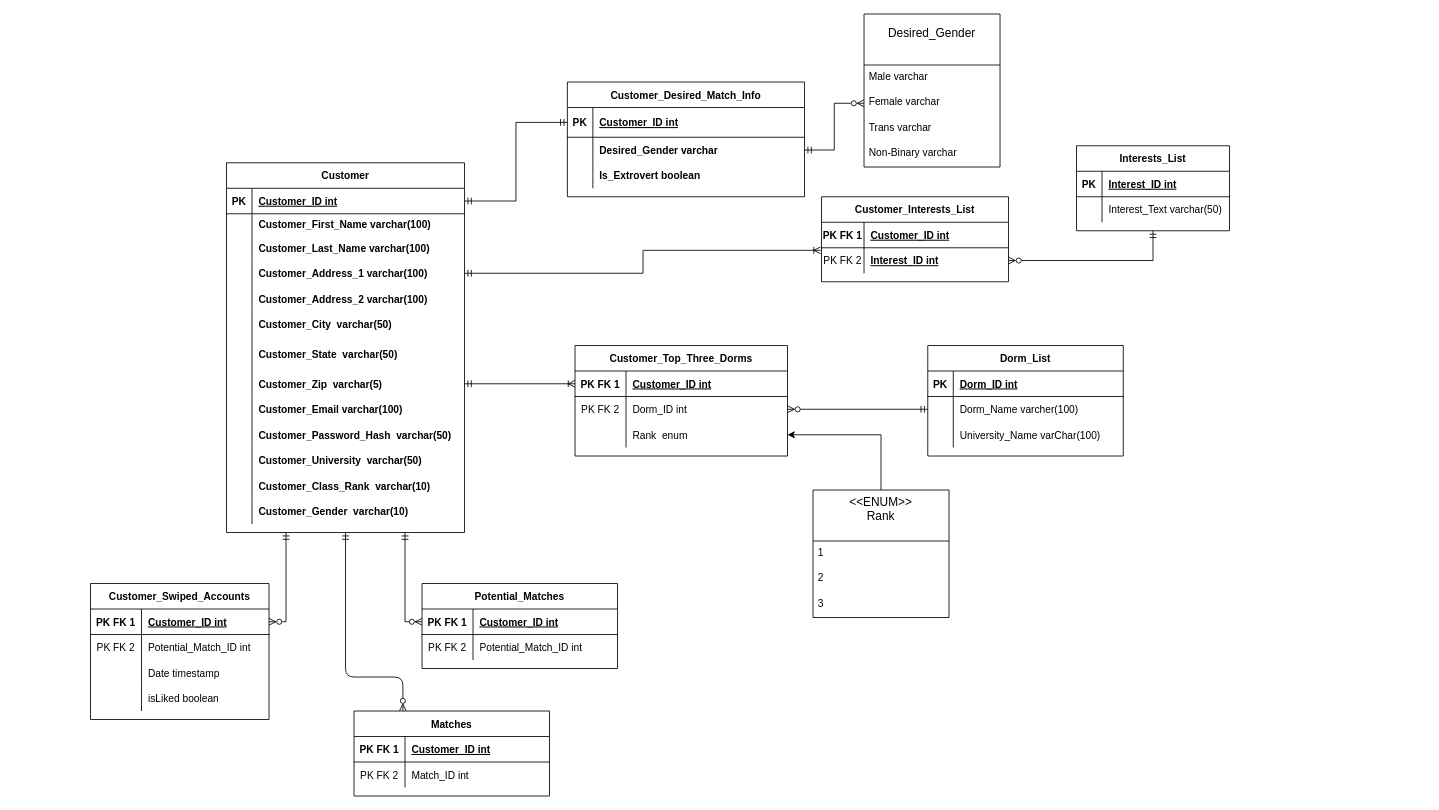
This is Planning docs/AccountDatabaseDiagram.drawio from zhowez/ecomerce, a draw.io file, before an edit. Source tidied: cells renumbered, new cells numbered last; positions are measured from the earlier drawing's top-left corner, leaving out a move shared by most shapes. Both pictures are drawn from the tidied source at 85%, with x=0, y=0 at pixel (90, 14).
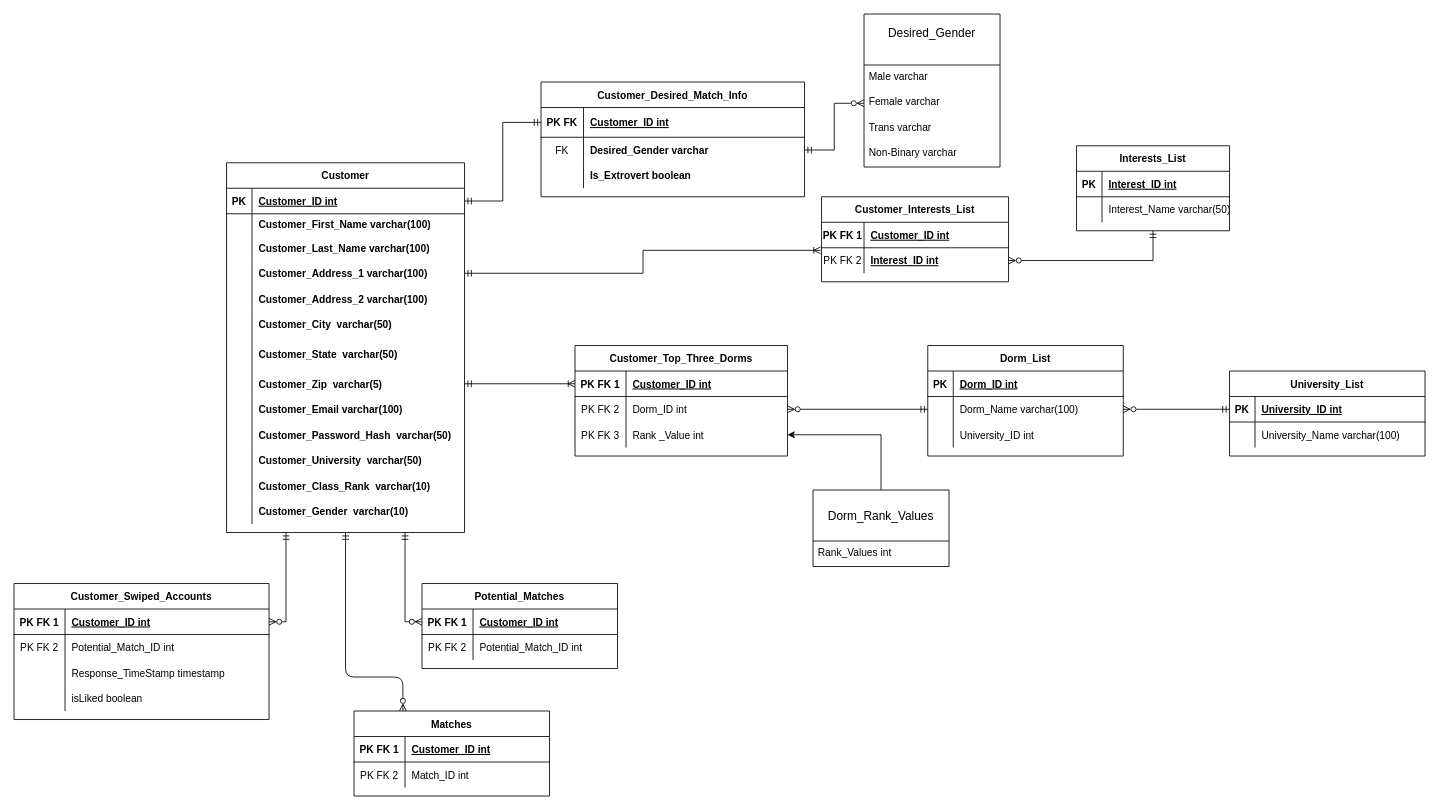
The same page after the edit.

Commit message (it also covers changes not shown here):
Added all tables needed and updated diagram accodingly

Unchanged cells that the change refers to:
```xml
<mxCell id="81" style="shape=tableRow;horizontal=0;startSize=0;swimlaneHead=0;swimlaneBody=0;fillColor=none;points=[[0,0.5],[1,0.5]];portConstraint=eastwest;top=0;left=0;right=0;bottom=0;" parent="74" vertex="1">
  <mxGeometry y="90" width="250" height="30" as="geometry" />
</mxCell>
<mxCell id="88" style="shape=tableRow;horizontal=0;startSize=0;swimlaneHead=0;swimlaneBody=0;fillColor=none;points=[[0,0.5],[1,0.5]];portConstraint=eastwest;top=0;left=0;right=0;bottom=0;" parent="84" vertex="1">
  <mxGeometry y="60" width="230" height="30" as="geometry" />
</mxCell>
<mxCell id="91" style="shape=tableRow;horizontal=0;startSize=0;swimlaneHead=0;swimlaneBody=0;fillColor=none;top=0;left=0;right=0;bottom=0;" parent="84" vertex="1">
  <mxGeometry y="90" width="230" height="30" as="geometry" />
</mxCell>
<mxCell id="98" style="shape=tableRow;horizontal=0;startSize=0;swimlaneHead=0;swimlaneBody=0;fillColor=none;top=0;left=0;right=0;bottom=0;" parent="94" vertex="1">
  <mxGeometry y="60" width="180" height="30" as="geometry" />
</mxCell>
```

Change to the diagram source:
```diff
@@
     <mxCell id="44" value="Customer_Desired_Match_Info" style="shape=table;startSize=30;childLayout=tableLayout;rowLines=0;fontStyle=1;align=center;" parent="1" vertex="1">
-      <mxGeometry x="561" y="80" width="279" height="135" as="geometry" />
+      <mxGeometry x="530" y="80" width="310" height="135" as="geometry" />
     </mxCell>
     <mxCell id="45" style="shape=tableRow;horizontal=0;startSize=0;swimlaneHead=0;swimlaneBody=0;fillColor=none;points=[[0,0.5],[1,0.5]];portConstraint=eastwest;top=0;left=0;right=0;bottom=1;" parent="44" vertex="1">
-      <mxGeometry y="30" width="279" height="35" as="geometry" />
+      <mxGeometry y="30" width="310" height="35" as="geometry" />
     </mxCell>
-    <mxCell id="46" value="PK" style="shape=partialRectangle;fillColor=none;top=0;left=0;bottom=0;right=0;fontStyle=1;overflow=hidden;" parent="45" vertex="1">
-      <mxGeometry width="30" height="35" as="geometry" />
+    <mxCell id="46" value="PK FK" style="shape=partialRectangle;fillColor=none;top=0;left=0;bottom=0;right=0;fontStyle=1;overflow=hidden;" parent="45" vertex="1">
+      <mxGeometry width="50" height="35" as="geometry" />
     </mxCell>
     <mxCell id="47" value="Customer_ID int" style="shape=partialRectangle;fillColor=none;top=0;left=0;bottom=0;right=0;align=left;spacingLeft=6;fontStyle=5;overflow=hidden;" parent="45" vertex="1">
-      <mxGeometry x="30" width="249" height="35" as="geometry" />
+      <mxGeometry x="50" width="260" height="35" as="geometry" />
     </mxCell>
     <mxCell id="48" style="shape=tableRow;horizontal=0;startSize=0;swimlaneHead=0;swimlaneBody=0;fillColor=none;points=[[0,0.5],[1,0.5]];portConstraint=eastwest;top=0;left=0;right=0;bottom=0;" parent="44" vertex="1">
-      <mxGeometry y="65" width="279" height="30" as="geometry" />
+      <mxGeometry y="65" width="310" height="30" as="geometry" />
     </mxCell>
-    <mxCell id="49" style="shape=partialRectangle;fillColor=none;top=0;left=0;bottom=0;right=0;overflow=hidden;" parent="48" vertex="1">
-      <mxGeometry width="30" height="30" as="geometry" />
+    <mxCell id="49" value="FK" style="shape=partialRectangle;fillColor=none;top=0;left=0;bottom=0;right=0;overflow=hidden;" parent="48" vertex="1">
+      <mxGeometry width="50" height="30" as="geometry" />
     </mxCell>
     <mxCell id="50" value="Desired_Gender varchar" style="shape=partialRectangle;fillColor=none;top=0;left=0;bottom=0;right=0;align=left;spacingLeft=6;overflow=hidden;fontStyle=1;" parent="48" vertex="1">
-      <mxGeometry x="30" width="249" height="30" as="geometry" />
+      <mxGeometry x="50" width="260" height="30" as="geometry" />
     </mxCell>
     <mxCell id="51" style="shape=tableRow;horizontal=0;startSize=0;swimlaneHead=0;swimlaneBody=0;fillColor=none;top=0;left=0;right=0;bottom=0;" parent="44" vertex="1">
-      <mxGeometry y="95" width="279" height="30" as="geometry" />
+      <mxGeometry y="95" width="310" height="30" as="geometry" />
     </mxCell>
     <mxCell id="52" style="shape=partialRectangle;fillColor=none;top=0;left=0;bottom=0;right=0;overflow=hidden;" parent="51" vertex="1">
-      <mxGeometry width="30" height="30" as="geometry" />
+      <mxGeometry width="50" height="30" as="geometry" />
     </mxCell>
     <mxCell id="53" value="Is_Extrovert boolean" style="shape=partialRectangle;fillColor=none;top=0;left=0;bottom=0;right=0;align=left;spacingLeft=6;overflow=hidden;fontStyle=1;" parent="51" vertex="1">
-      <mxGeometry x="30" width="249" height="30" as="geometry" />
+      <mxGeometry x="50" width="260" height="30" as="geometry" />
     </mxCell>
@@
     <mxCell id="61" value="Customer_Swiped_Accounts" style="shape=table;startSize=30;childLayout=tableLayout;rowLines=0;fontStyle=1;align=center;" parent="1" vertex="1">
-      <mxGeometry y="670" width="210" height="160" as="geometry" />
+      <mxGeometry x="-90" y="670" width="300" height="160" as="geometry" />
     </mxCell>
     <mxCell id="62" style="shape=tableRow;horizontal=0;startSize=0;swimlaneHead=0;swimlaneBody=0;fillColor=none;points=[[0,0.5],[1,0.5]];portConstraint=eastwest;top=0;left=0;right=0;bottom=1;" parent="61" vertex="1">
-      <mxGeometry y="30" width="210" height="30" as="geometry" />
+      <mxGeometry y="30" width="300" height="30" as="geometry" />
     </mxCell>
@@
     <mxCell id="64" value="Customer_ID int" style="shape=partialRectangle;fillColor=none;top=0;left=0;bottom=0;right=0;align=left;spacingLeft=6;fontStyle=5;overflow=hidden;" parent="62" vertex="1">
-      <mxGeometry x="60" width="150" height="30" as="geometry" />
+      <mxGeometry x="60" width="240" height="30" as="geometry" />
     </mxCell>
     <mxCell id="65" style="shape=tableRow;horizontal=0;startSize=0;swimlaneHead=0;swimlaneBody=0;fillColor=none;top=0;left=0;right=0;bottom=0;" parent="61" vertex="1">
-      <mxGeometry y="60" width="210" height="30" as="geometry" />
+      <mxGeometry y="60" width="300" height="30" as="geometry" />
     </mxCell>
@@
     <mxCell id="67" value="Potential_Match_ID int" style="shape=partialRectangle;fillColor=none;top=0;left=0;bottom=0;right=0;align=left;spacingLeft=6;overflow=hidden;" parent="65" vertex="1">
-      <mxGeometry x="60" width="150" height="30" as="geometry" />
+      <mxGeometry x="60" width="240" height="30" as="geometry" />
     </mxCell>
     <mxCell id="68" style="shape=tableRow;horizontal=0;startSize=0;swimlaneHead=0;swimlaneBody=0;fillColor=none;top=0;left=0;right=0;bottom=0;" parent="61" vertex="1">
-      <mxGeometry y="90" width="210" height="30" as="geometry" />
+      <mxGeometry y="90" width="300" height="30" as="geometry" />
     </mxCell>
@@
-    <mxCell id="70" value="Date timestamp" style="shape=partialRectangle;fillColor=none;top=0;left=0;bottom=0;right=0;align=left;spacingLeft=6;overflow=hidden;" parent="68" vertex="1">
-      <mxGeometry x="60" width="150" height="30" as="geometry" />
+    <mxCell id="70" value="Response_TimeStamp timestamp" style="shape=partialRectangle;fillColor=none;top=0;left=0;bottom=0;right=0;align=left;spacingLeft=6;overflow=hidden;" parent="68" vertex="1">
+      <mxGeometry x="60" width="240" height="30" as="geometry" />
     </mxCell>
     <mxCell id="71" style="shape=tableRow;horizontal=0;startSize=0;swimlaneHead=0;swimlaneBody=0;fillColor=none;top=0;left=0;right=0;bottom=0;" parent="61" vertex="1">
-      <mxGeometry y="120" width="210" height="30" as="geometry" />
+      <mxGeometry y="120" width="300" height="30" as="geometry" />
     </mxCell>
@@
     <mxCell id="73" value="isLiked boolean" style="shape=partialRectangle;fillColor=none;top=0;left=0;bottom=0;right=0;align=left;spacingLeft=6;overflow=hidden;" parent="71" vertex="1">
-      <mxGeometry x="60" width="150" height="30" as="geometry" />
+      <mxGeometry x="60" width="240" height="30" as="geometry" />
     </mxCell>
@@
-    <mxCell id="82" style="shape=partialRectangle;fillColor=none;top=0;left=0;bottom=0;right=0;overflow=hidden;" parent="81" vertex="1">
+    <mxCell id="82" value="PK FK 3" style="shape=partialRectangle;fillColor=none;top=0;left=0;bottom=0;right=0;overflow=hidden;" parent="81" vertex="1">
       <mxGeometry width="60" height="30" as="geometry" />
     </mxCell>
-    <mxCell id="83" value="Rank  enum" style="shape=partialRectangle;fillColor=none;top=0;left=0;bottom=0;right=0;align=left;spacingLeft=6;overflow=hidden;" parent="81" vertex="1">
+    <mxCell id="83" value="Rank _Value int" style="shape=partialRectangle;fillColor=none;top=0;left=0;bottom=0;right=0;align=left;spacingLeft=6;overflow=hidden;" parent="81" vertex="1">
       <mxGeometry x="60" width="190" height="30" as="geometry" />
     </mxCell>
@@
-    <mxCell id="90" value="Dorm_Name varcher(100)" style="shape=partialRectangle;fillColor=none;top=0;left=0;bottom=0;right=0;align=left;spacingLeft=6;overflow=hidden;" parent="88" vertex="1">
+    <mxCell id="90" value="Dorm_Name varchar(100)" style="shape=partialRectangle;fillColor=none;top=0;left=0;bottom=0;right=0;align=left;spacingLeft=6;overflow=hidden;" parent="88" vertex="1">
       <mxGeometry x="30" width="200" height="30" as="geometry" />
     </mxCell>
@@
-    <mxCell id="93" value="University_Name varChar(100)" style="shape=partialRectangle;fillColor=none;top=0;left=0;bottom=0;right=0;align=left;spacingLeft=6;overflow=hidden;" parent="91" vertex="1">
+    <mxCell id="93" value="University_ID int" style="shape=partialRectangle;fillColor=none;top=0;left=0;bottom=0;right=0;align=left;spacingLeft=6;overflow=hidden;" parent="91" vertex="1">
       <mxGeometry x="30" width="200" height="30" as="geometry" />
     </mxCell>
@@
-    <mxCell id="100" value="Interest_Text varchar(50)" style="shape=partialRectangle;fillColor=none;top=0;left=0;bottom=0;right=0;align=left;spacingLeft=6;overflow=hidden;" parent="98" vertex="1">
+    <mxCell id="100" value="Interest_Name varchar(50)" style="shape=partialRectangle;fillColor=none;top=0;left=0;bottom=0;right=0;align=left;spacingLeft=6;overflow=hidden;" parent="98" vertex="1">
       <mxGeometry x="30" width="150" height="30" as="geometry" />
     </mxCell>
@@
-    <mxCell id="121" value="&lt;&lt;ENUM&gt;&gt;&#10;Rank&#10;" style="swimlane;fontStyle=0;horizontal=1;startSize=60;align=center;fontSize=14;" parent="1" vertex="1">
-      <mxGeometry x="850" y="560" width="160" height="150" as="geometry" />
+    <mxCell id="121" value="&#10;Dorm_Rank_Values&#10;" style="swimlane;fontStyle=0;horizontal=1;startSize=60;align=center;fontSize=14;" parent="1" vertex="1">
+      <mxGeometry x="850" y="560" width="160" height="90" as="geometry" />
     </mxCell>
-    <mxCell id="122" value="1" style="text;strokeColor=none;fillColor=none;spacingLeft=4;spacingRight=4;overflow=hidden;fontSize=12;" parent="121" vertex="1">
+    <mxCell id="122" value="Rank_Values int" style="text;strokeColor=none;fillColor=none;spacingLeft=4;spacingRight=4;overflow=hidden;fontSize=12;" parent="121" vertex="1">
       <mxGeometry y="60" width="160" height="30" as="geometry" />
     </mxCell>
-    <mxCell id="123" value="2" style="text;strokeColor=none;fillColor=none;spacingLeft=4;spacingRight=4;overflow=hidden;fontSize=12;" parent="121" vertex="1">
-      <mxGeometry y="90" width="160" height="30" as="geometry" />
-    </mxCell>
-    <mxCell id="124" value="3" style="text;strokeColor=none;fillColor=none;spacingLeft=4;spacingRight=4;overflow=hidden;fontSize=12;" parent="121" vertex="1">
-      <mxGeometry y="120" width="160" height="30" as="geometry" />
-    </mxCell>
@@
+    <mxCell id="132" value="University_List" style="shape=table;startSize=30;childLayout=tableLayout;rowLines=0;fontStyle=1;align=center;" parent="1" vertex="1">
+      <mxGeometry x="1340" y="420" width="230" height="100" as="geometry" />
+    </mxCell>
+    <mxCell id="133" style="shape=tableRow;horizontal=0;startSize=0;swimlaneHead=0;swimlaneBody=0;fillColor=none;points=[[0,0.5],[1,0.5]];portConstraint=eastwest;top=0;left=0;right=0;bottom=1;" parent="132" vertex="1">
+      <mxGeometry y="30" width="230" height="30" as="geometry" />
+    </mxCell>
+    <mxCell id="134" value="PK" style="shape=partialRectangle;fillColor=none;top=0;left=0;bottom=0;right=0;fontStyle=1;overflow=hidden;" parent="133" vertex="1">
+      <mxGeometry width="30" height="30" as="geometry" />
+    </mxCell>
+    <mxCell id="135" value="University_ID int" style="shape=partialRectangle;fillColor=none;top=0;left=0;bottom=0;right=0;align=left;spacingLeft=6;fontStyle=5;overflow=hidden;" parent="133" vertex="1">
+      <mxGeometry x="30" width="200" height="30" as="geometry" />
+    </mxCell>
+    <mxCell id="136" style="shape=tableRow;horizontal=0;startSize=0;swimlaneHead=0;swimlaneBody=0;fillColor=none;top=0;left=0;right=0;bottom=0;" parent="132" vertex="1">
+      <mxGeometry y="60" width="230" height="30" as="geometry" />
+    </mxCell>
+    <mxCell id="137" style="shape=partialRectangle;fillColor=none;top=0;left=0;bottom=0;right=0;overflow=hidden;" parent="136" vertex="1">
+      <mxGeometry width="30" height="30" as="geometry" />
+    </mxCell>
+    <mxCell id="138" value="University_Name varchar(100)" style="shape=partialRectangle;fillColor=none;top=0;left=0;bottom=0;right=0;align=left;spacingLeft=6;overflow=hidden;" parent="136" vertex="1">
+      <mxGeometry x="30" width="200" height="30" as="geometry" />
+    </mxCell>
+    <mxCell id="139" style="edgeStyle=none;html=1;exitX=1;exitY=0.5;exitDx=0;exitDy=0;entryX=0;entryY=0.5;entryDx=0;entryDy=0;endArrow=ERmandOne;endFill=0;startArrow=ERzeroToMany;startFill=0;" parent="1" edge="1" source="88" target="133">
+      <mxGeometry relative="1" as="geometry" />
+    </mxCell>
```
